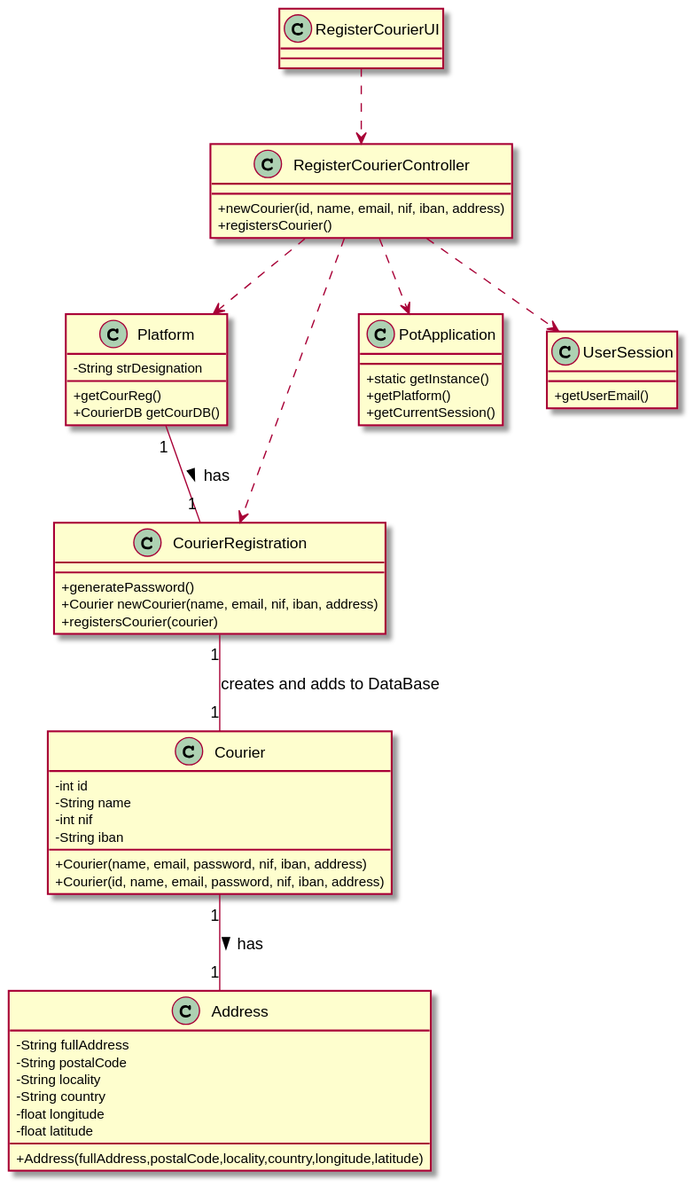
Earlier version of the PlantUML export docs/Iteration 1/Courier Management/US19_RegisterCourier/US19_CD.svg (tiagoavcosta25/LAPR3). The source it was exported from:
```plantuml
@startuml
skinparam classAttributeIconSize 0


class RegisterCourierUI {

}

class RegisterCourierController {

  +newCourier(id, name, email, nif, iban, address)
  +registersCourier()
}

class Platform {
  -String strDesignation
  +getCourReg()
  +CourierDB getCourDB()
}

class CourierRegistration {

  +generatePassword()
  +Courier newCourier(name, email, nif, iban, address)
  +registersCourier(courier)

}


class Courier {
    -int id
    -String name
    -int nif
    -String iban

   +Courier(name, email, password, nif, iban, address)
   +Courier(id, name, email, password, nif, iban, address)

}

class Address{
 -String fullAddress
 -String postalCode
 -String locality
 -String country
 -float longitude
 -float latitude

  +Address(fullAddress,postalCode,locality,country,longitude,latitude)

}

class PotApplication
{
  +static getInstance()
  +getPlatform()
  +getCurrentSession()
}

class UserSession
{
  +getUserEmail()
}

Platform "1" -- "1" CourierRegistration: has >

CourierRegistration "1" -- "1" Courier : creates and adds to DataBase

RegisterCourierUI ..> RegisterCourierController

RegisterCourierController ..> Platform
RegisterCourierController ..> CourierRegistration
RegisterCourierController ..> PotApplication
RegisterCourierController ..> UserSession

Courier "1" -- "1" Address: has  >

@enduml
```
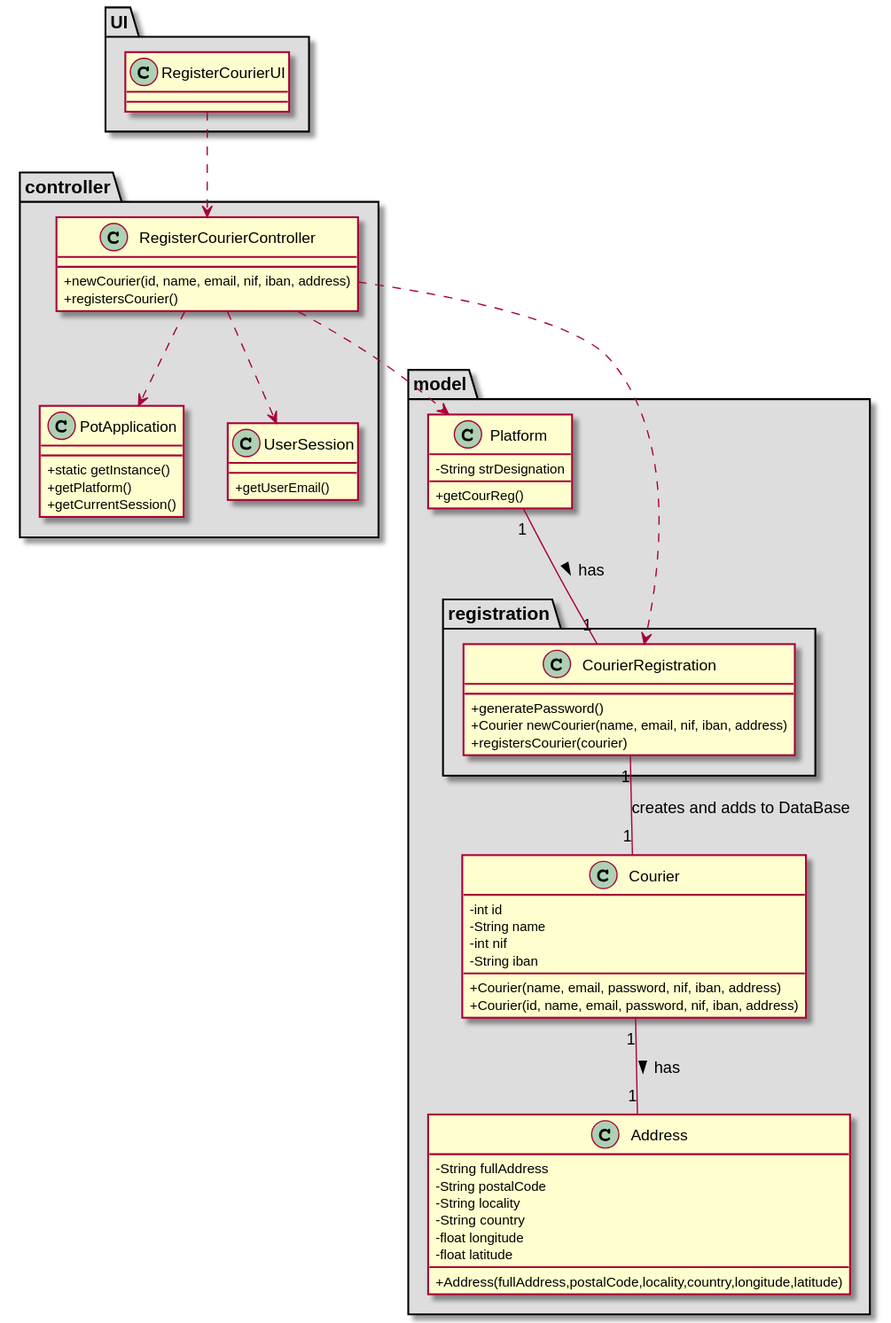
Above is the later version.

Change to the diagram source:
```diff
@@ -1,31 +1,33 @@
 @startuml
 skinparam classAttributeIconSize 0
 
-
+package "UI" #DDDDDD{
 class RegisterCourierUI {
 
 }
-
+}
+package "controller" #DDDDDD{
 class RegisterCourierController {
 
   +newCourier(id, name, email, nif, iban, address)
   +registersCourier()
 }
-
+class PotApplication
+  {
+    +static getInstance()
+    +getPlatform()
+    +getCurrentSession()
+  }
+class UserSession
+  {
+    +getUserEmail()
+  }
+}
+package "model" #DDDDDD{
 class Platform {
   -String strDesignation
   +getCourReg()
-  +CourierDB getCourDB()
 }
-
-class CourierRegistration {
-
-  +generatePassword()
-  +Courier newCourier(name, email, nif, iban, address)
-  +registersCourier(courier)
-
-}
-
 
 class Courier {
     -int id
@@ -39,28 +41,33 @@
 }
 
 class Address{
- -String fullAddress
- -String postalCode
- -String locality
- -String country
- -float longitude
- -float latitude
+  -String fullAddress
+  -String postalCode
+  -String locality
+  -String country
+  -float longitude
+  -float latitude
 
-  +Address(fullAddress,postalCode,locality,country,longitude,latitude)
+   +Address(fullAddress,postalCode,locality,country,longitude,latitude)
+
+ }
+
+  package "registration" #DDDDDD{
+class CourierRegistration {
+
+  +generatePassword()
+  +Courier newCourier(name, email, nif, iban, address)
+  +registersCourier(courier)
 
 }
-
-class PotApplication
-{
-  +static getInstance()
-  +getPlatform()
-  +getCurrentSession()
+}
 }
 
-class UserSession
-{
-  +getUserEmail()
-}
+
+
+
+
+
 
 Platform "1" -- "1" CourierRegistration: has >
 
```
